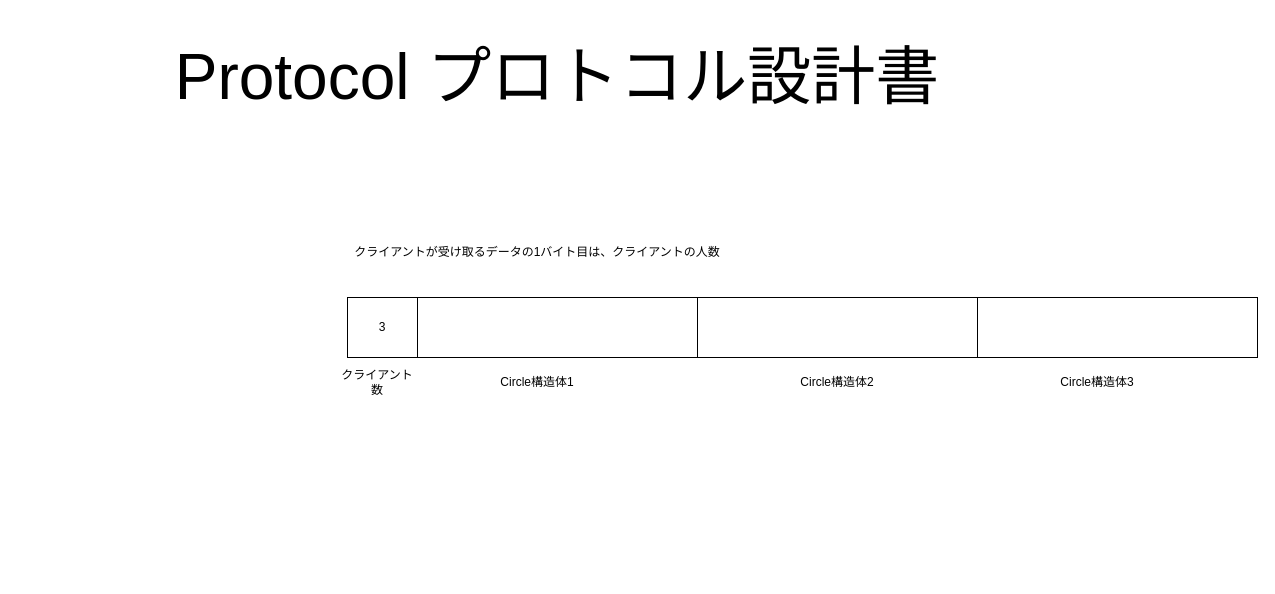
The draw.io diagram page "ぷろとこる～" (4 of 4) of network_design.drawio in skeita0004/CircleShow, before the edit. Source tidied: cells renumbered, new cells numbered last; positions are measured from the earlier drawing's top-left corner, leaving out a move shared by most shapes. Both pictures are drawn from the tidied source at 100%, with x=0, y=0 at pixel (17, 17).
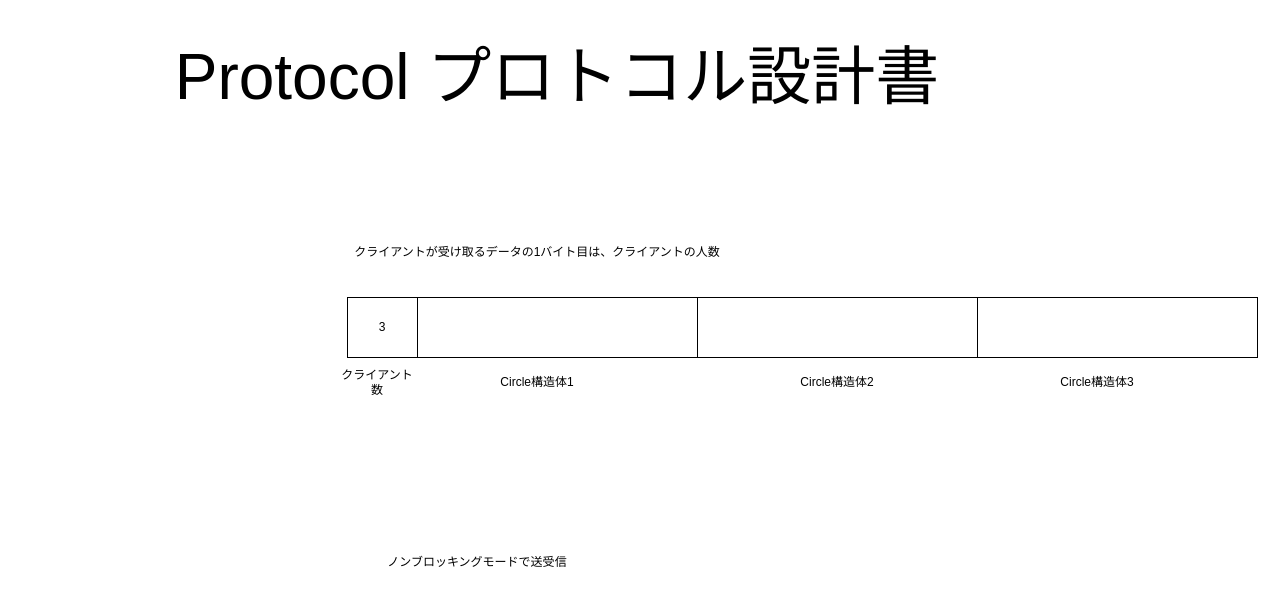
Above is the later version.

What changed in the source:
```diff
@@
 <mxGraphModel>
   <root>
     <mxCell id="0" />
     <mxCell id="1" parent="0" />
     <mxCell id="2" value="Protocol プロトコル設計書" style="text;html=1;whiteSpace=wrap;strokeColor=none;fillColor=none;align=center;verticalAlign=middle;rounded=0;fontFamily=Cascadia Code;fontSize=64;" parent="1" vertex="1">
       <mxGeometry width="1080" height="120" as="geometry" />
     </mxCell>
     <mxCell id="3" value="クライアントが受け取るデータの1バイト目は、クライアントの人数" style="text;html=1;whiteSpace=wrap;strokeColor=none;fillColor=none;align=center;verticalAlign=middle;rounded=0;" parent="1" vertex="1">
       <mxGeometry x="330" y="220" width="380" height="30" as="geometry" />
     </mxCell>
     <mxCell id="4" value="3" style="rounded=0;whiteSpace=wrap;html=1;" parent="1" vertex="1">
       <mxGeometry x="330" y="280" width="70" height="60" as="geometry" />
     </mxCell>
     <mxCell id="5" value="クライアント数" style="text;html=1;whiteSpace=wrap;strokeColor=none;fillColor=none;align=center;verticalAlign=middle;rounded=0;" parent="1" vertex="1">
       <mxGeometry x="320" y="350" width="80" height="30" as="geometry" />
     </mxCell>
     <mxCell id="6" value="Circle構造体1" style="text;html=1;whiteSpace=wrap;strokeColor=none;fillColor=none;align=center;verticalAlign=middle;rounded=0;" parent="1" vertex="1">
       <mxGeometry x="480" y="350" width="80" height="30" as="geometry" />
     </mxCell>
     <mxCell id="7" style="rounded=0;whiteSpace=wrap;html=1;" parent="1" vertex="1">
       <mxGeometry x="400" y="280" width="70" height="60" as="geometry" />
     </mxCell>
     <mxCell id="8" style="rounded=0;whiteSpace=wrap;html=1;" parent="1" vertex="1">
       <mxGeometry x="470" y="280" width="70" height="60" as="geometry" />
     </mxCell>
     <mxCell id="9" style="rounded=0;whiteSpace=wrap;html=1;" parent="1" vertex="1">
       <mxGeometry x="540" y="280" width="70" height="60" as="geometry" />
     </mxCell>
     <mxCell id="10" style="rounded=0;whiteSpace=wrap;html=1;" parent="1" vertex="1">
       <mxGeometry x="610" y="280" width="70" height="60" as="geometry" />
     </mxCell>
     <mxCell id="11" style="rounded=0;whiteSpace=wrap;html=1;" parent="1" vertex="1">
       <mxGeometry x="400" y="280" width="280" height="60" as="geometry" />
     </mxCell>
     <mxCell id="12" style="rounded=0;whiteSpace=wrap;html=1;" parent="1" vertex="1">
       <mxGeometry x="680" y="280" width="280" height="60" as="geometry" />
     </mxCell>
     <mxCell id="13" style="rounded=0;whiteSpace=wrap;html=1;" parent="1" vertex="1">
       <mxGeometry x="960" y="280" width="280" height="60" as="geometry" />
     </mxCell>
     <mxCell id="14" value="Circle構造体2" style="text;html=1;whiteSpace=wrap;strokeColor=none;fillColor=none;align=center;verticalAlign=middle;rounded=0;" parent="1" vertex="1">
       <mxGeometry x="780" y="350" width="80" height="30" as="geometry" />
     </mxCell>
     <mxCell id="15" value="Circle構造体3" style="text;html=1;whiteSpace=wrap;strokeColor=none;fillColor=none;align=center;verticalAlign=middle;rounded=0;" parent="1" vertex="1">
       <mxGeometry x="1040" y="350" width="80" height="30" as="geometry" />
     </mxCell>
+    <mxCell id="16" value="ノンブロッキングモードで送受信" style="text;html=1;whiteSpace=wrap;strokeColor=none;fillColor=none;align=center;verticalAlign=middle;rounded=0;" parent="1" vertex="1">
+      <mxGeometry x="320" y="530" width="280" height="30" as="geometry" />
+    </mxCell>
   </root>
 </mxGraphModel>
```
